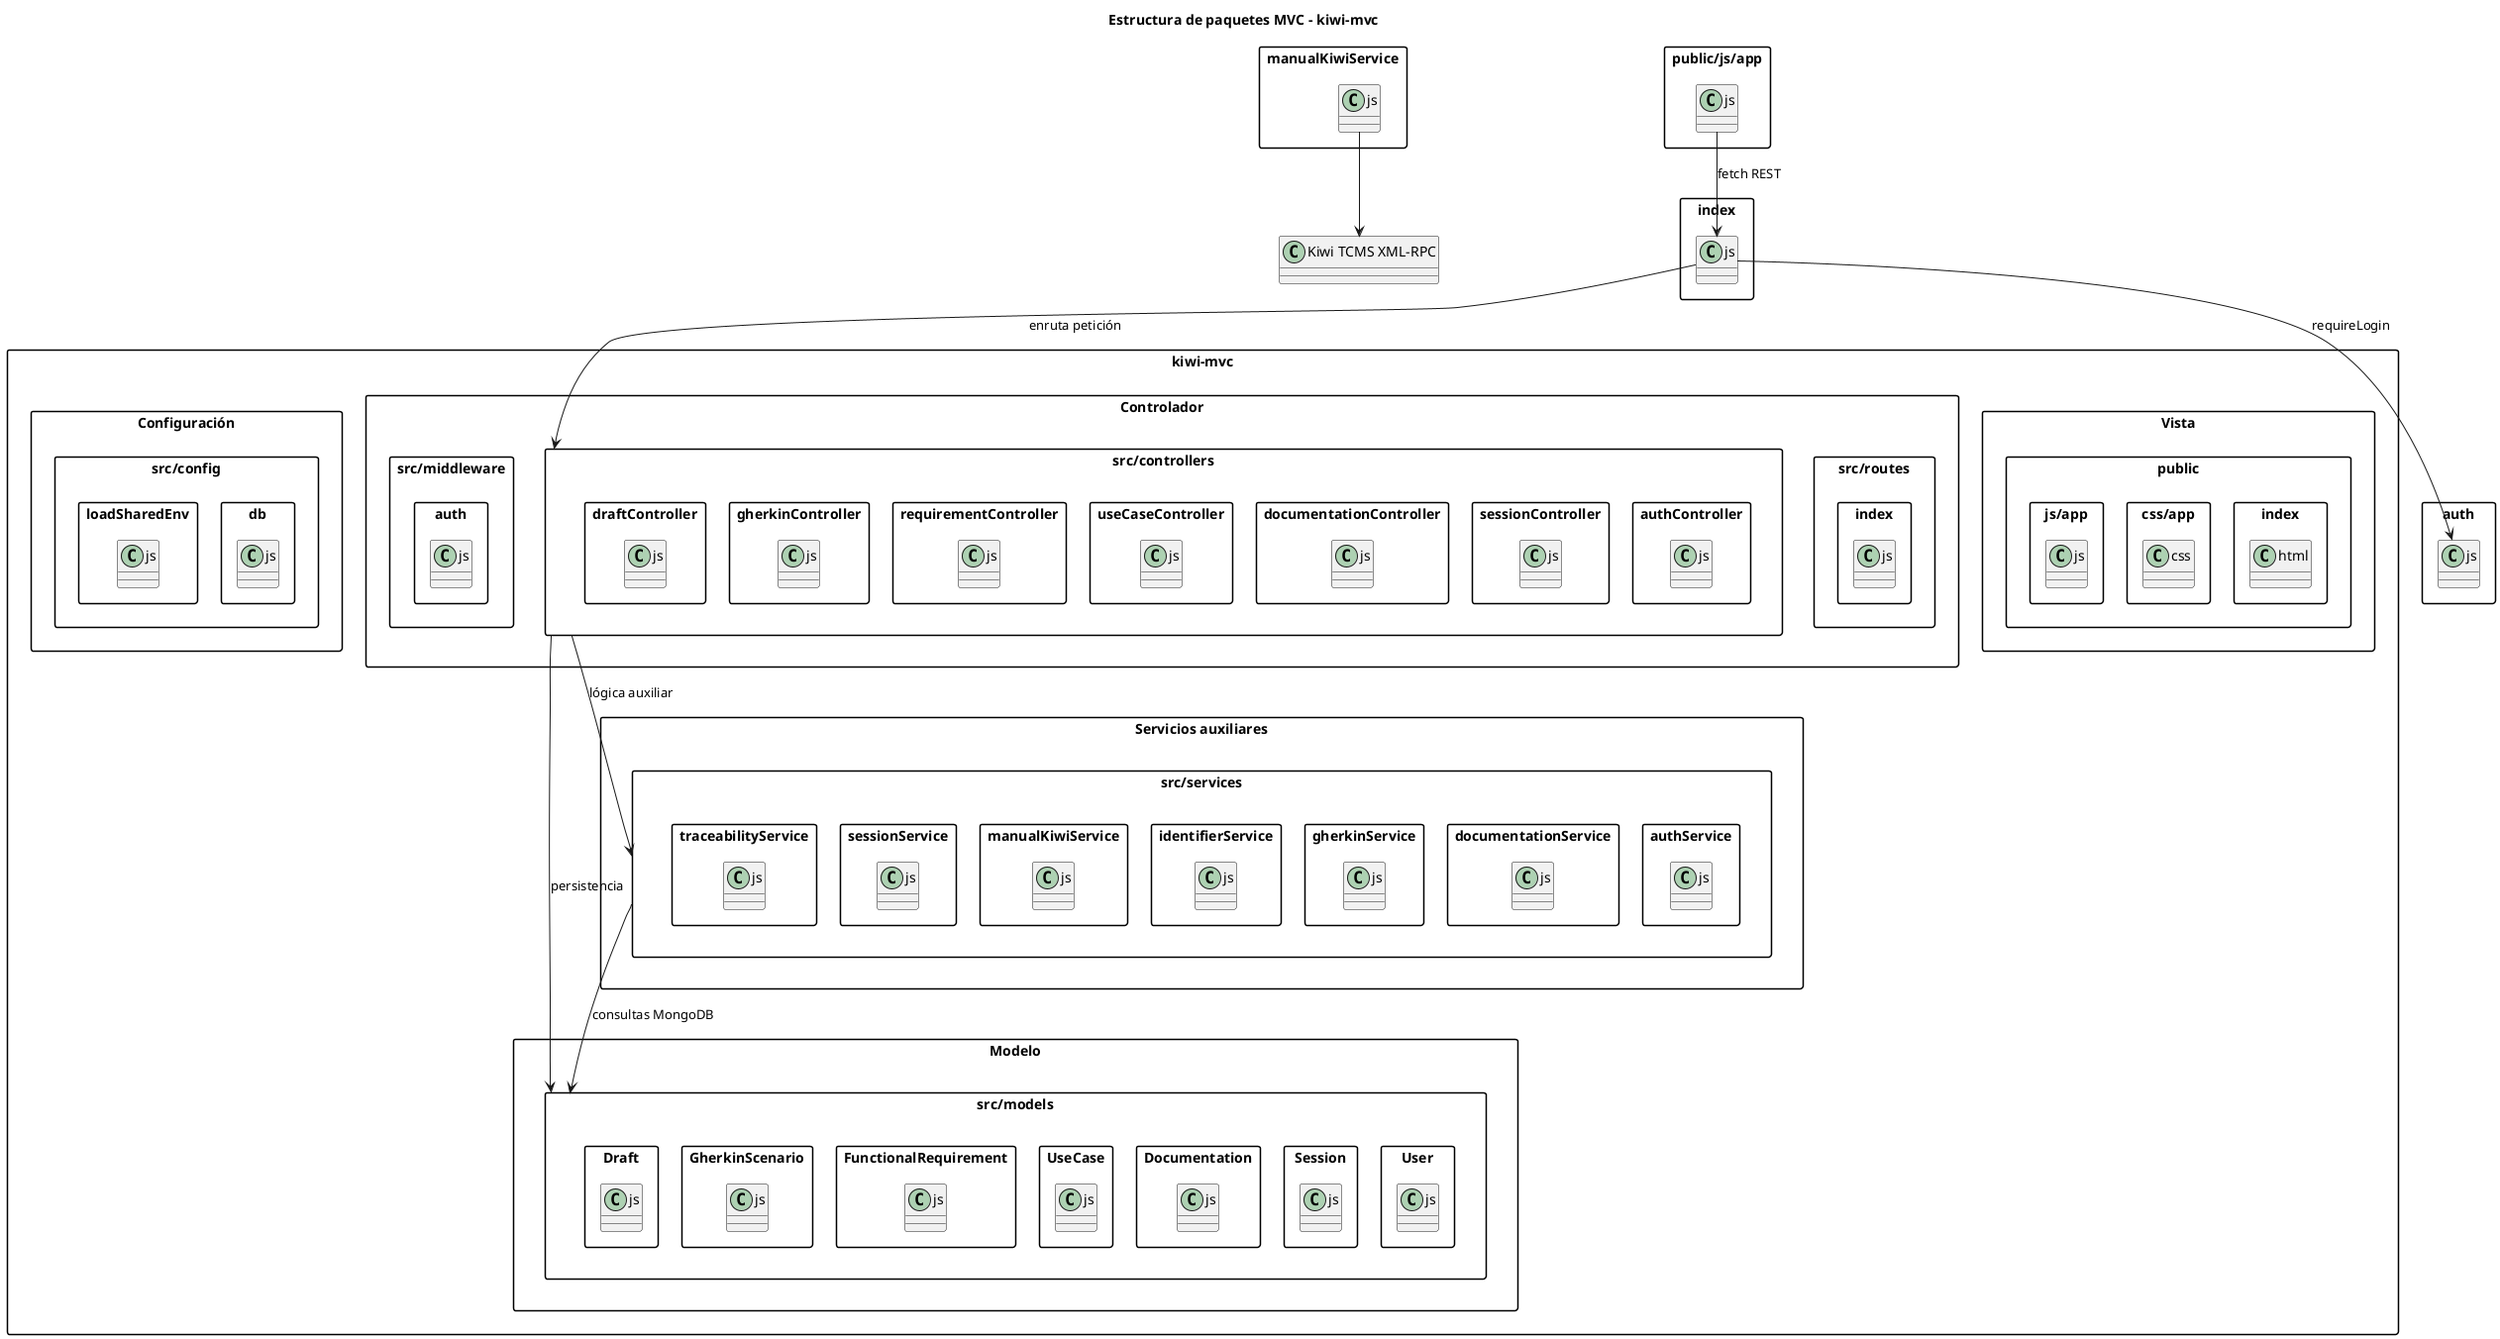
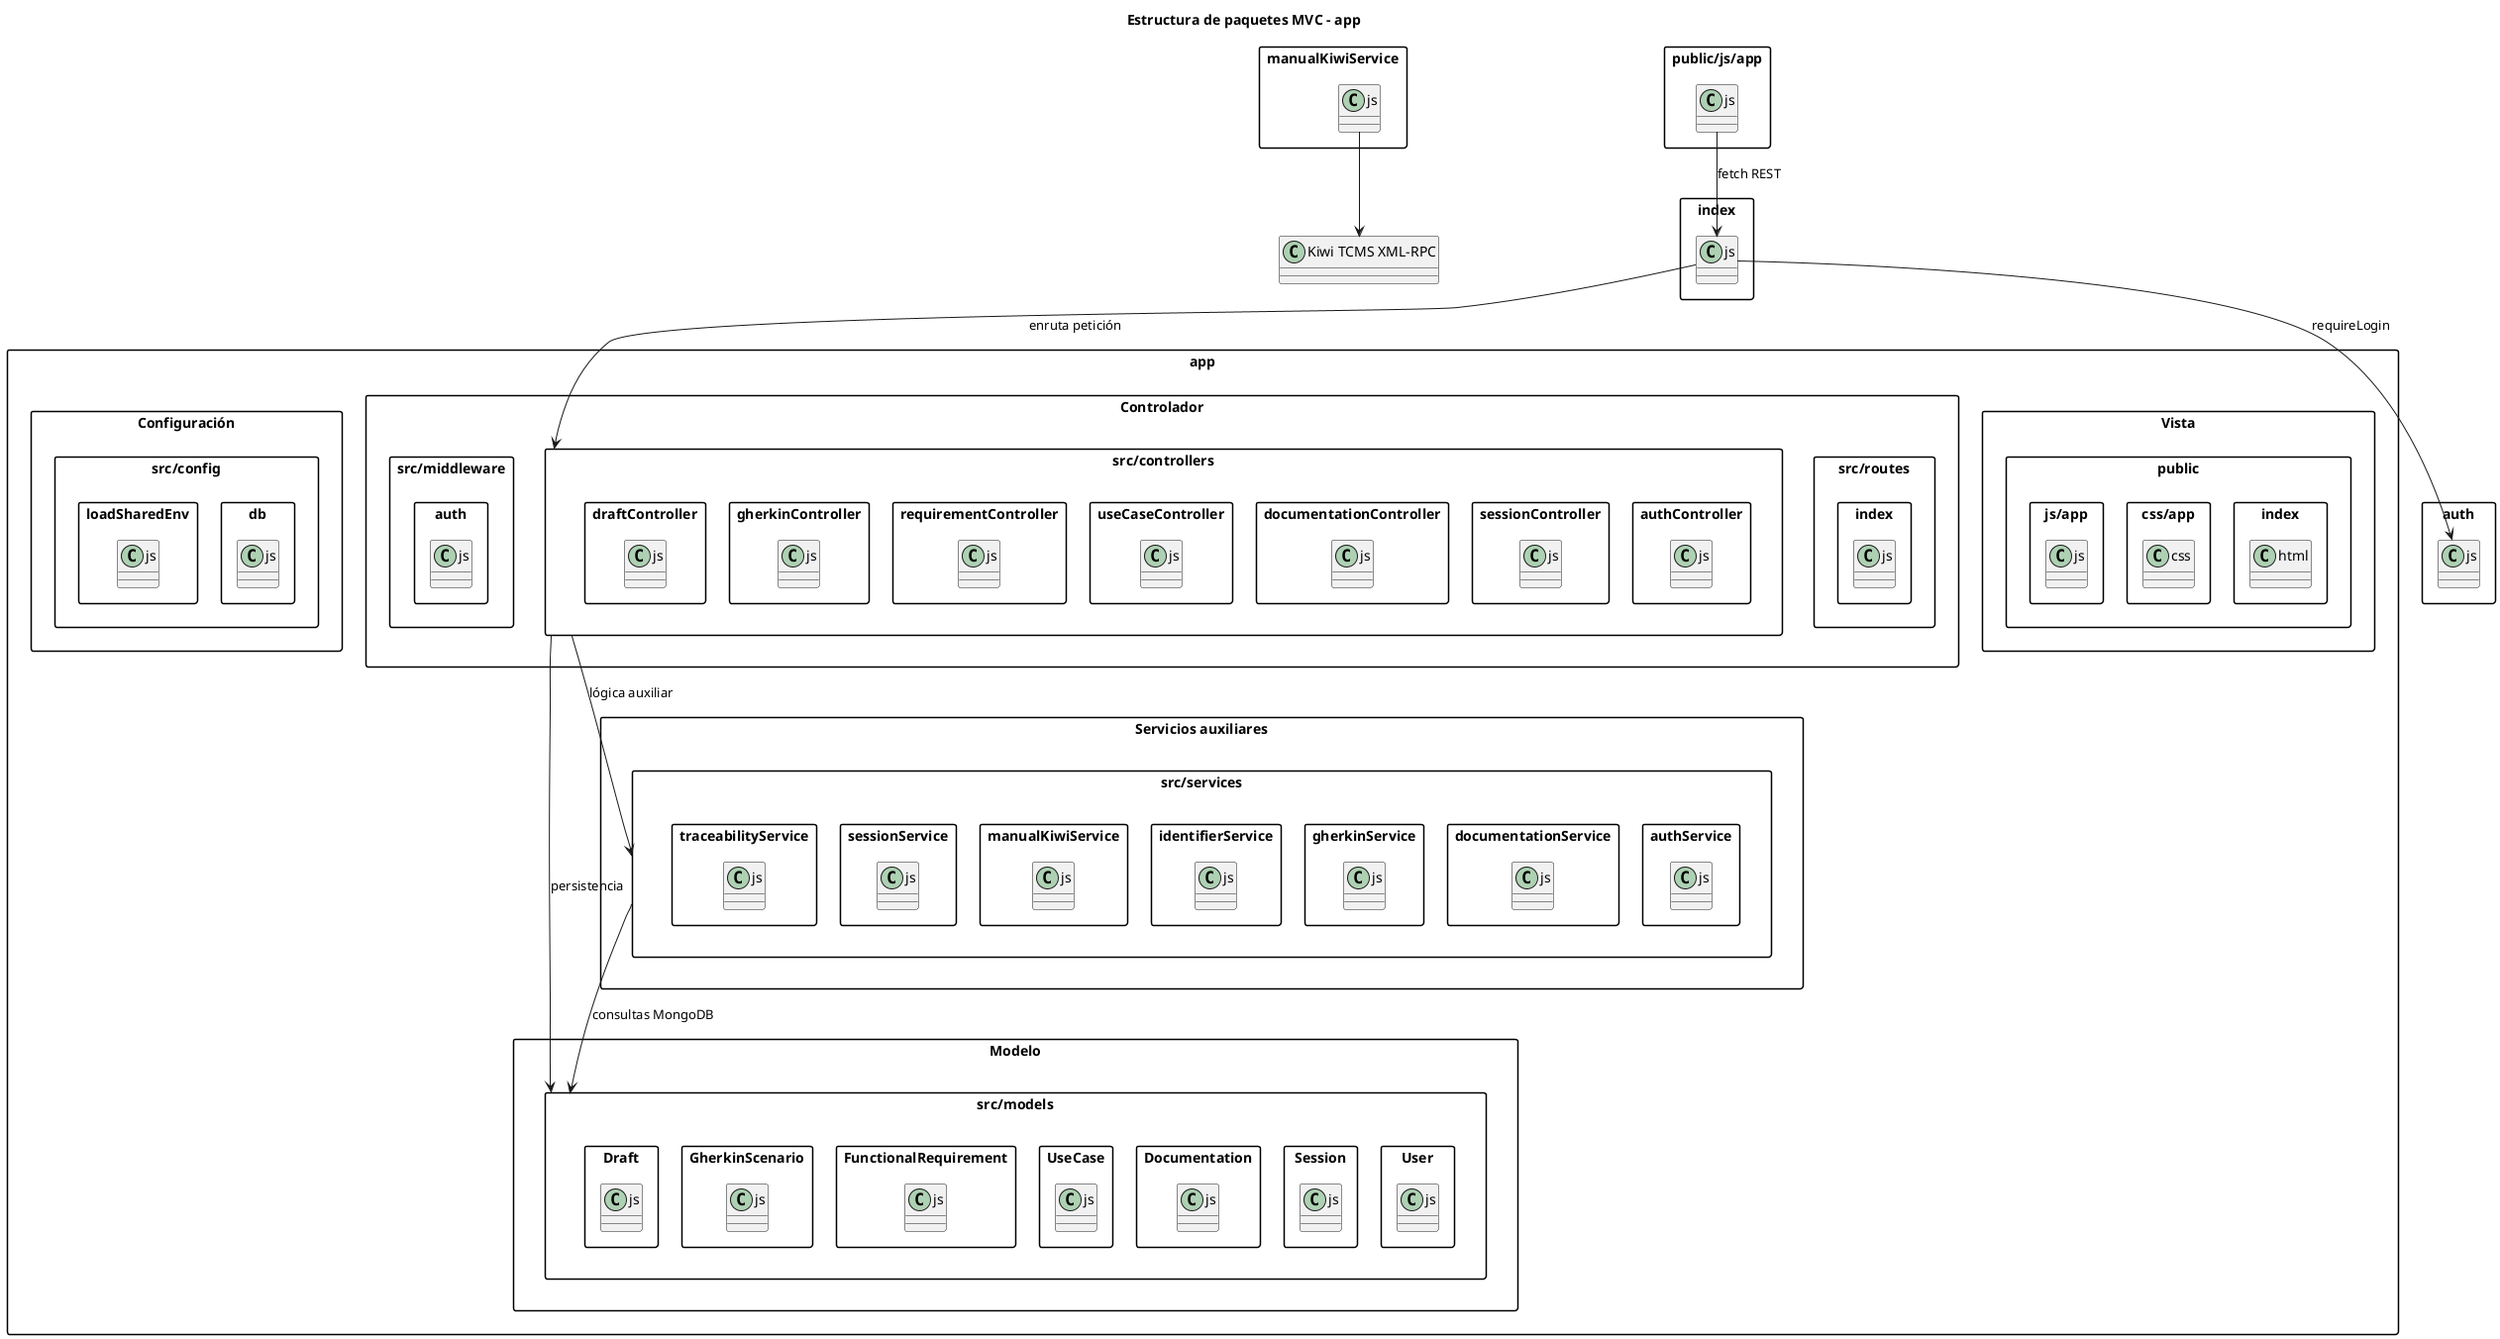
@startuml
skinparam packageStyle rectangle
skinparam shadowing false

- title Estructura de paquetes MVC - kiwi-mvc
+ title Estructura de paquetes MVC - app

- package "kiwi-mvc" {
+ package "app" {

  package "Vista" {
    package "public" {
      class "index.html"
      class "css/app.css"
      class "js/app.js"
    }
  }

  package "Controlador" {
    package "src/routes" {
      class "index.js"
    }

    package "src/controllers" {
      class "authController.js"
      class "sessionController.js"
      class "documentationController.js"
      class "useCaseController.js"
      class "requirementController.js"
      class "gherkinController.js"
      class "draftController.js"
    }

    package "src/middleware" {
      class "auth.js"
    }
  }

  package "Modelo" {
    package "src/models" {
      class "User.js"
      class "Session.js"
      class "Documentation.js"
      class "UseCase.js"
      class "FunctionalRequirement.js"
      class "GherkinScenario.js"
      class "Draft.js"
    }
  }

  package "Servicios auxiliares" {
    package "src/services" {
      class "authService.js"
      class "documentationService.js"
      class "gherkinService.js"
      class "identifierService.js"
      class "manualKiwiService.js"
      class "sessionService.js"
      class "traceabilityService.js"
    }
  }

  package "Configuración" {
    package "src/config" {
      class "db.js"
      class "loadSharedEnv.js"
    }
  }
}

"public/js/app.js" --> "index.js" : fetch REST
"index.js" --> "auth.js" : requireLogin
"index.js" --> "src/controllers" : enruta petición
"src/controllers" --> "src/services" : lógica auxiliar
"src/controllers" --> "src/models" : persistencia
"src/services" --> "src/models" : consultas MongoDB
"manualKiwiService.js" --> "Kiwi TCMS XML-RPC"

@enduml
